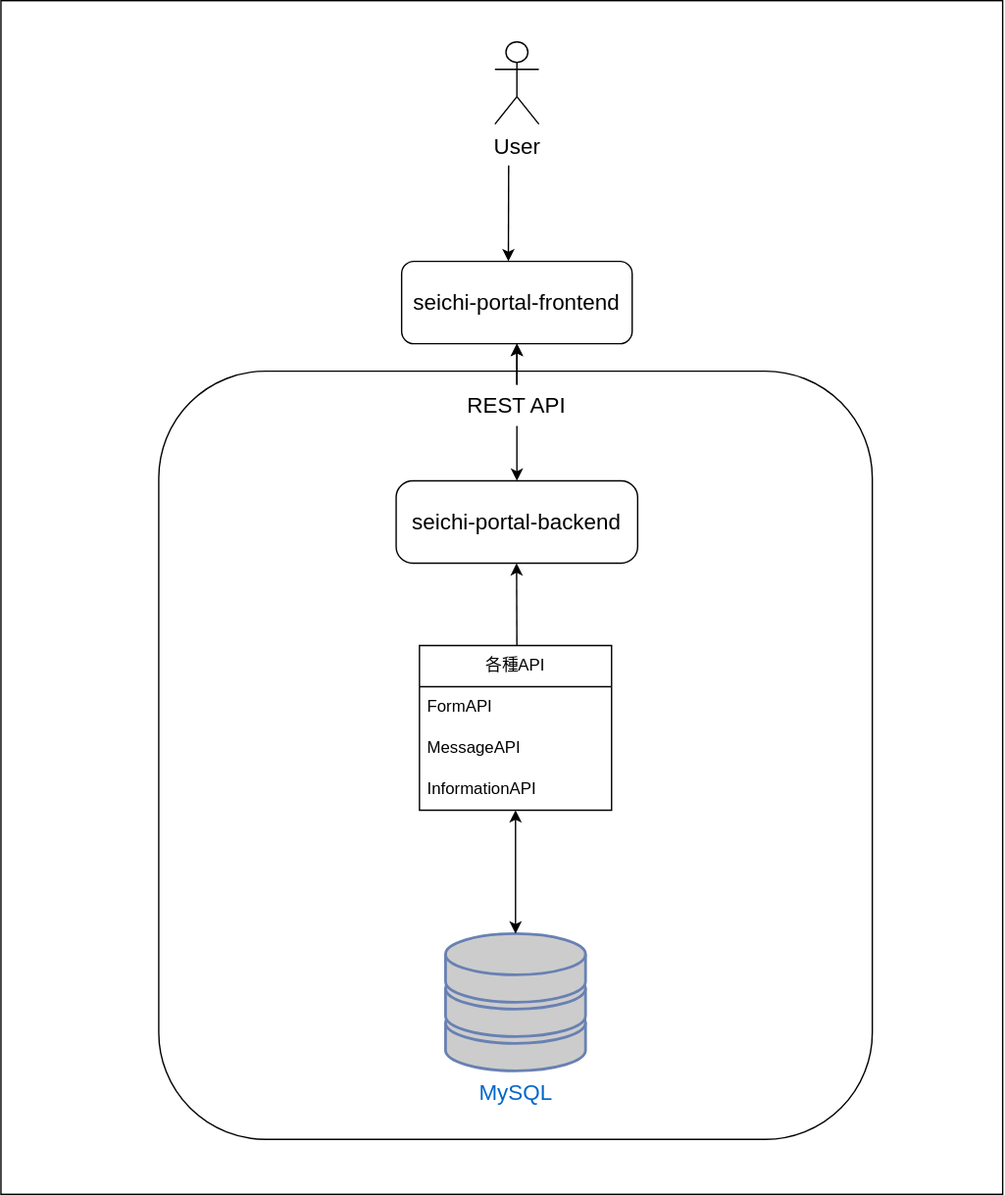
Earlier version of the draw.io export docs/overhead-view.drawio.svg (GiganticMinecraft/seichi-portal-backend). Source tidied: cells renumbered, new cells last; positions are measured from the earlier drawing's top-left corner, leaving out a move shared by most shapes.
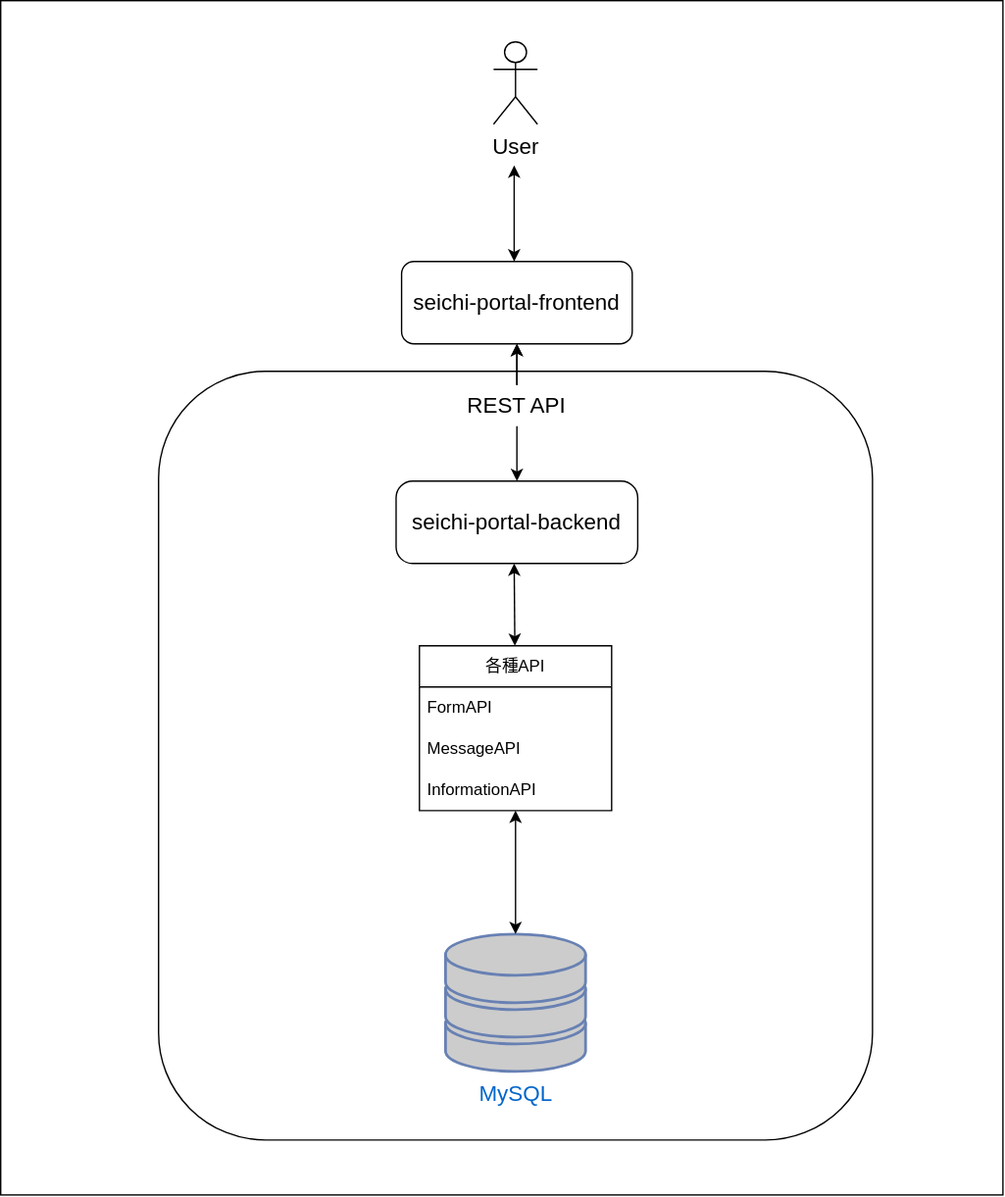
The same file after the commit.

Commit message:
chore: 俯瞰図の矢印の方向が間違っていたので修正

The edit, as a diff of the source:
```diff
@@ -15,16 +15,11 @@
       <mxGeometry x="288" y="350" width="176" height="60" as="geometry" />
     </mxCell>
     <mxCell id="6" value="User" style="shape=umlActor;verticalLabelPosition=bottom;verticalAlign=top;html=1;strokeWidth=1;fontSize=16;" parent="1" vertex="1">
-      <mxGeometry x="360" y="30" width="32" height="60" as="geometry" />
+      <mxGeometry x="359" y="30" width="32" height="60" as="geometry" />
     </mxCell>
     <mxCell id="7" value="seichi-portal-frontend" style="rounded=1;whiteSpace=wrap;html=1;strokeWidth=1;fontSize=16;" parent="1" vertex="1">
       <mxGeometry x="292" y="190" width="168" height="60" as="geometry" />
     </mxCell>
-    <mxCell id="8" style="endArrow=classic;html=1;fontSize=16;entryX=0.463;entryY=0;entryDx=0;entryDy=0;entryPerimeter=0;" parent="1" edge="1" target="7">
-      <mxGeometry relative="1" as="geometry">
-        <mxPoint x="370" y="120" as="sourcePoint" />
-      </mxGeometry>
-    </mxCell>
     <mxCell id="9" style="edgeStyle=none;html=1;fontSize=16;" parent="1" edge="1" source="11" target="7">
       <mxGeometry relative="1" as="geometry" />
     </mxCell>
@@ -37,12 +32,6 @@
     <mxCell id="12" style="endArrow=classic;html=1;fontSize=16;entryX=0.5;entryY=1;entryDx=0;entryDy=0;exitX=0.5;exitY=0;exitDx=0;exitDy=0;" parent="1" edge="1" source="11" target="7">
       <mxGeometry relative="1" as="geometry" />
     </mxCell>
-    <mxCell id="13" style="endArrow=classic;html=1;fontSize=16;exitX=0.5;exitY=0;exitDx=0;exitDy=0;" parent="1" edge="1">
-      <mxGeometry relative="1" as="geometry">
-        <mxPoint x="376" y="470" as="sourcePoint" />
-        <mxPoint x="375.8" y="410" as="targetPoint" />
-      </mxGeometry>
-    </mxCell>
     <mxCell id="14" style="endArrow=classic;startArrow=classic;html=1;" parent="1" edge="1" source="4">
       <mxGeometry relative="1" as="geometry">
         <mxPoint x="375" y="590" as="targetPoint" />
@@ -60,5 +49,16 @@
     <mxCell id="18" value="InformationAPI" style="text;strokeColor=none;fillColor=none;align=left;verticalAlign=middle;spacingLeft=4;spacingRight=4;overflow=hidden;whiteSpace=wrap;html=1;" parent="15" vertex="1">
       <mxGeometry y="90" width="140" height="30" as="geometry" />
     </mxCell>
+    <mxCell id="19" style="endArrow=classic;startArrow=classic;html=1;" parent="1" edge="1" source="15">
+      <mxGeometry relative="1" as="geometry">
+        <mxPoint x="374" y="410" as="targetPoint" />
+      </mxGeometry>
+    </mxCell>
+    <mxCell id="20" style="endArrow=classic;startArrow=classic;html=1;" parent="1" edge="1">
+      <mxGeometry relative="1" as="geometry">
+        <mxPoint x="374" y="190" as="sourcePoint" />
+        <mxPoint x="374" y="120" as="targetPoint" />
+      </mxGeometry>
+    </mxCell>
   </root>
 </mxGraphModel>
```
